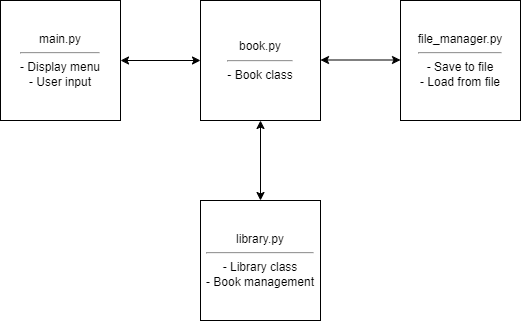
Before: library_management_architecture.drawio.png, a diagram exported from draw.io (nozibuddowla/library_management). Source tidied: cells renumbered, new cells last; positions are measured from the earlier drawing's top-left corner, leaving out a move shared by most shapes. Its diagram source:
```xml
<mxGraphModel>
  <root>
    <mxCell id="0" />
    <mxCell id="1" parent="0" />
    <mxCell id="2" value="main.py&lt;div&gt;&lt;hr&gt;- Display menu&lt;/div&gt;&lt;div&gt;&lt;span class=&quot;hljs-operator&quot;&gt;-&lt;/span&gt; &lt;span class=&quot;hljs-keyword&quot;&gt;User&lt;/span&gt; input&lt;br&gt;&lt;/div&gt;" style="whiteSpace=wrap;html=1;" parent="1" vertex="1">
      <mxGeometry width="120" height="120" as="geometry" />
    </mxCell>
    <mxCell id="3" value="book.py&lt;div&gt;&lt;hr&gt;- Book class&lt;/div&gt;" style="whiteSpace=wrap;html=1;" parent="1" vertex="1">
      <mxGeometry x="200" width="120" height="120" as="geometry" />
    </mxCell>
    <mxCell id="4" value="file_manager.py&lt;div&gt;&lt;hr&gt;- Save to file &lt;/div&gt;&lt;div&gt;&lt;span class=&quot;hljs-operator&quot;&gt;-&lt;/span&gt; Load &lt;span class=&quot;hljs-keyword&quot;&gt;from&lt;/span&gt; file&lt;br&gt;&lt;/div&gt;" style="whiteSpace=wrap;html=1;" parent="1" vertex="1">
      <mxGeometry x="400" width="120" height="120" as="geometry" />
    </mxCell>
    <mxCell id="5" value="library.py&lt;div&gt;&lt;hr&gt;- Library class&lt;/div&gt;&lt;div&gt;&lt;span class=&quot;hljs-operator&quot;&gt;-&lt;/span&gt;&amp;nbsp;Book management&lt;br&gt;&lt;/div&gt;" style="whiteSpace=wrap;html=1;" parent="1" vertex="1">
      <mxGeometry x="200" y="200" width="120" height="120" as="geometry" />
    </mxCell>
    <mxCell id="6" style="endArrow=classic;startArrow=classic;html=1;rounded=0;entryX=1;entryY=0.5;entryDx=0;entryDy=0;exitX=0;exitY=0.5;exitDx=0;exitDy=0;" parent="1" edge="1" source="3" target="2">
      <mxGeometry relative="1" as="geometry" />
    </mxCell>
    <mxCell id="7" style="endArrow=classic;startArrow=classic;html=1;rounded=0;entryX=1;entryY=0.5;entryDx=0;entryDy=0;exitX=0;exitY=0.5;exitDx=0;exitDy=0;" parent="1" edge="1">
      <mxGeometry relative="1" as="geometry">
        <mxPoint x="400" y="59.5" as="sourcePoint" />
        <mxPoint x="320" y="59.5" as="targetPoint" />
      </mxGeometry>
    </mxCell>
    <mxCell id="8" style="endArrow=classic;startArrow=classic;html=1;rounded=0;exitX=0.5;exitY=1;exitDx=0;exitDy=0;entryX=0.5;entryY=0;entryDx=0;entryDy=0;" parent="1" edge="1" source="3" target="5">
      <mxGeometry relative="1" as="geometry" />
    </mxCell>
  </root>
</mxGraphModel>
```
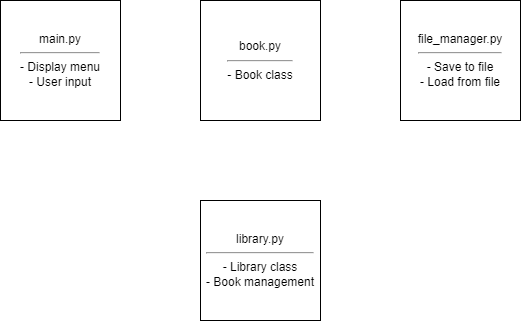
The same diagram one commit later.

What changed in the source:
```diff
@@ -14,16 +14,16 @@
     <mxCell id="5" value="library.py&lt;div&gt;&lt;hr&gt;- Library class&lt;/div&gt;&lt;div&gt;&lt;span class=&quot;hljs-operator&quot;&gt;-&lt;/span&gt;&amp;nbsp;Book management&lt;br&gt;&lt;/div&gt;" style="whiteSpace=wrap;html=1;" parent="1" vertex="1">
       <mxGeometry x="200" y="200" width="120" height="120" as="geometry" />
     </mxCell>
-    <mxCell id="6" style="endArrow=classic;startArrow=classic;html=1;rounded=0;entryX=1;entryY=0.5;entryDx=0;entryDy=0;exitX=0;exitY=0.5;exitDx=0;exitDy=0;" parent="1" edge="1" source="3" target="2">
+    <mxCell id="6" style="endArrow=classic;startArrow=classic;html=1;rounded=0;entryX=1;entryY=0.5;entryDx=0;entryDy=0;exitX=0;exitY=0.5;exitDx=0;exitDy=0;strokeColor=#FFFFFF;" parent="1" edge="1" source="3" target="2">
       <mxGeometry relative="1" as="geometry" />
     </mxCell>
-    <mxCell id="7" style="endArrow=classic;startArrow=classic;html=1;rounded=0;entryX=1;entryY=0.5;entryDx=0;entryDy=0;exitX=0;exitY=0.5;exitDx=0;exitDy=0;" parent="1" edge="1">
+    <mxCell id="7" style="endArrow=classic;startArrow=classic;html=1;rounded=0;entryX=1;entryY=0.5;entryDx=0;entryDy=0;exitX=0;exitY=0.5;exitDx=0;exitDy=0;strokeColor=#FFFFFF;" parent="1" edge="1">
       <mxGeometry relative="1" as="geometry">
         <mxPoint x="400" y="59.5" as="sourcePoint" />
         <mxPoint x="320" y="59.5" as="targetPoint" />
       </mxGeometry>
     </mxCell>
-    <mxCell id="8" style="endArrow=classic;startArrow=classic;html=1;rounded=0;exitX=0.5;exitY=1;exitDx=0;exitDy=0;entryX=0.5;entryY=0;entryDx=0;entryDy=0;" parent="1" edge="1" source="3" target="5">
+    <mxCell id="8" style="endArrow=classic;startArrow=classic;html=1;rounded=0;exitX=0.5;exitY=1;exitDx=0;exitDy=0;entryX=0.5;entryY=0;entryDx=0;entryDy=0;strokeColor=#FFFFFF;" parent="1" edge="1" source="3" target="5">
       <mxGeometry relative="1" as="geometry" />
     </mxCell>
   </root>
```
